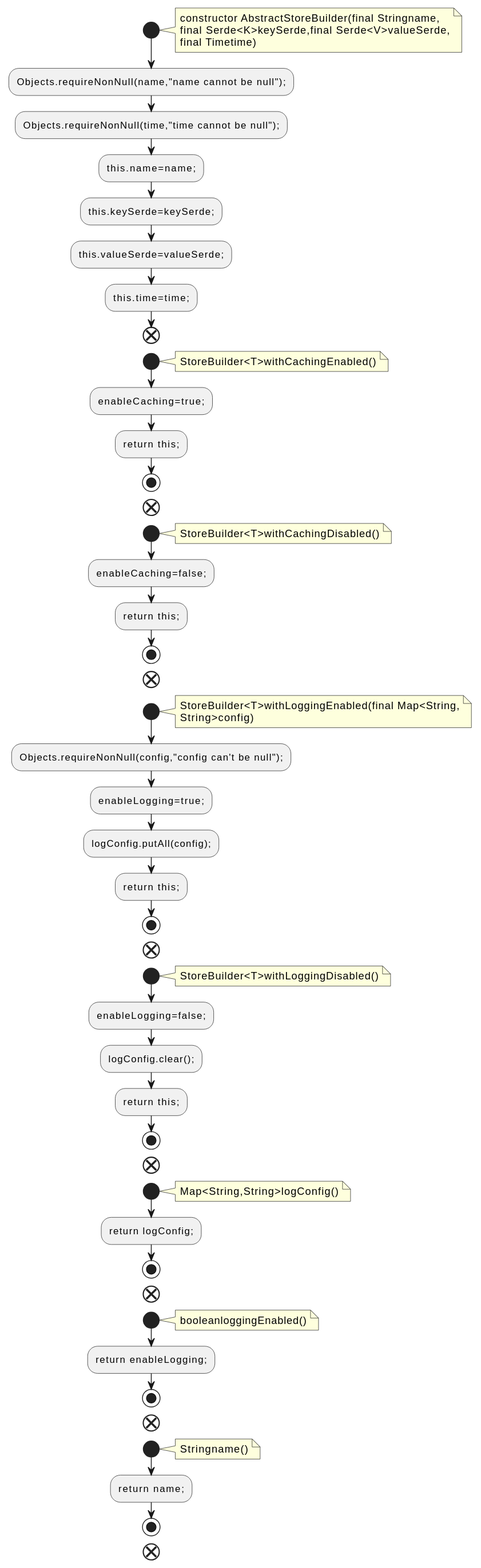
Above: docs/qc/streams/src/main/java/org/apache/kafka/streams/state/internals/AbstractStoreBuilder.java.fct.svg in qualitesys/kafka (PlantUML), before the change.
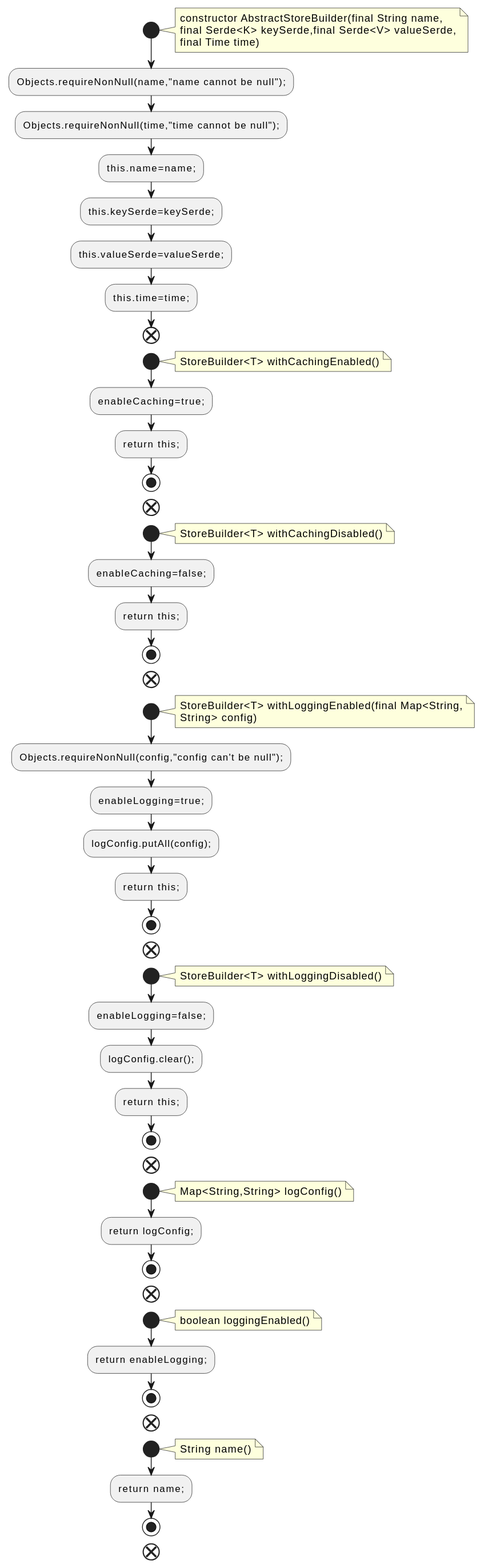
The same file after the commit.

The edit, as a diff of the source:
```diff
@@ -2,9 +2,9 @@
 !pragma layout smetana
 start
 note right
-constructor AbstractStoreBuilder(final Stringname,
-final Serde<K>keySerde,final Serde<V>valueSerde,
-final Timetime)
+constructor AbstractStoreBuilder(final String name,
+final Serde<K> keySerde,final Serde<V> valueSerde,
+final Time time)
 end note
 :Objects.requireNonNull(name,"name cannot be null");;
 :Objects.requireNonNull(time,"time cannot be null");;
@@ -15,7 +15,7 @@
 end
 start
 note right
-StoreBuilder<T>withCachingEnabled()
+StoreBuilder<T> withCachingEnabled()
 end note
 :enableCaching=true;;
 :return this;;
@@ -23,7 +23,7 @@
 end
 start
 note right
-StoreBuilder<T>withCachingDisabled()
+StoreBuilder<T> withCachingDisabled()
 end note
 :enableCaching=false;;
 :return this;;
@@ -31,8 +31,8 @@
 end
 start
 note right
-StoreBuilder<T>withLoggingEnabled(final Map<String,
-String>config)
+StoreBuilder<T> withLoggingEnabled(final Map<String,
+String> config)
 end note
 :Objects.requireNonNull(config,"config can't be null");;
 :enableLogging=true;;
@@ -42,7 +42,7 @@
 end
 start
 note right
-StoreBuilder<T>withLoggingDisabled()
+StoreBuilder<T> withLoggingDisabled()
 end note
 :enableLogging=false;;
 :logConfig.clear();;
@@ -51,21 +51,21 @@
 end
 start
 note right
-Map<String,String>logConfig()
+Map<String,String> logConfig()
 end note
 :return logConfig;;
 stop
 end
 start
 note right
-booleanloggingEnabled()
+boolean loggingEnabled()
 end note
 :return enableLogging;;
 stop
 end
 start
 note right
-Stringname()
+String name()
 end note
 :return name;;
 stop
```
